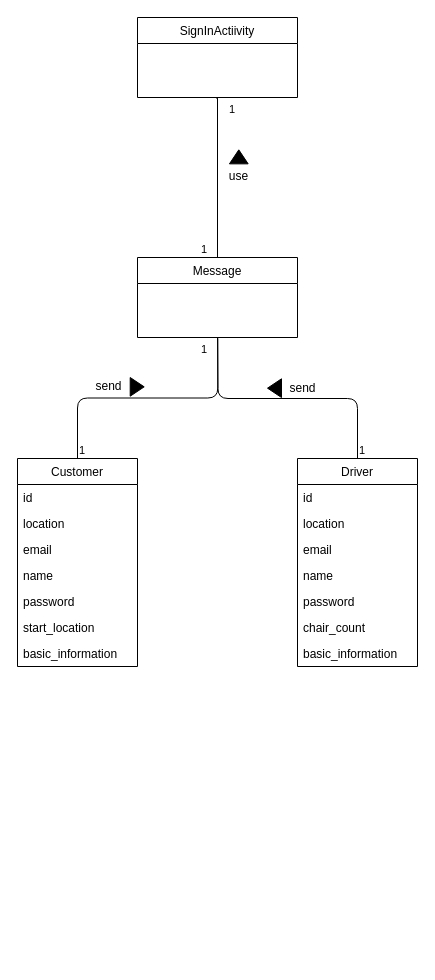
Above: page "聯絡作業" (2 of 4) of ans.drawio in 35596035/110-2HW6 (draw.io), before the change. Source tidied: cells renumbered, new cells numbered last; positions are measured from the earlier drawing's top-left corner, leaving out a move shared by most shapes. Both pictures are drawn from the tidied source at 100%, with x=0, y=0 at pixel (17, 17).
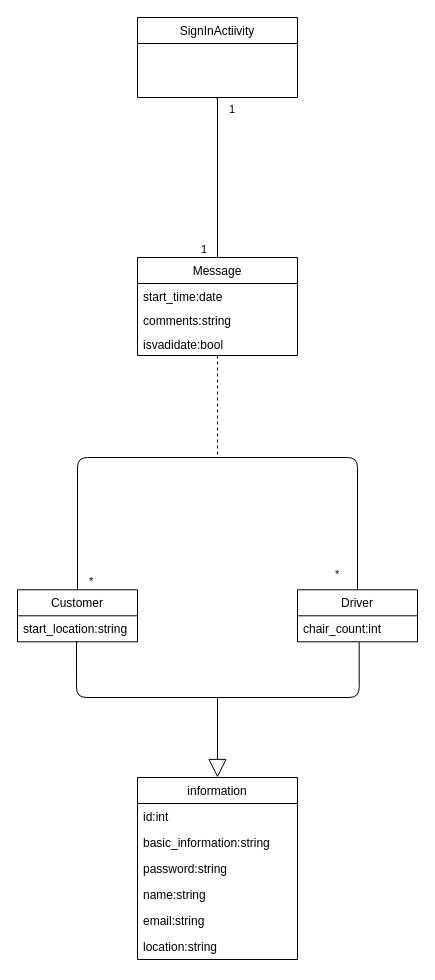
The same diagram, later.

Unchanged cells that the change refers to:
```xml
<mxCell id="19" value=" " style="text;strokeColor=none;fillColor=none;align=left;verticalAlign=top;spacingLeft=4;spacingRight=4;overflow=hidden;points=[[0,0.5],[1,0.5]];portConstraint=eastwest;" parent="18" vertex="1">
  <mxGeometry y="26" width="160" height="54" as="geometry" />
</mxCell>
```

What changed in the source:
```diff
@@
     <mxCell id="2" value="Customer" style="swimlane;fontStyle=0;horizontal=1;startSize=26;fillColor=none;" parent="1" vertex="1">
-      <mxGeometry y="441" width="120" height="208" as="geometry" />
+      <mxGeometry y="572.3" width="120" height="52" as="geometry" />
     </mxCell>
-    <mxCell id="3" value="id " style="text;strokeColor=none;fillColor=none;align=left;verticalAlign=top;spacingLeft=4;spacingRight=4;overflow=hidden;" parent="2" vertex="1">
-      <mxGeometry y="26" width="120" height="26" as="geometry" />
-    </mxCell>
-    <mxCell id="4" value="location" style="text;strokeColor=none;fillColor=none;align=left;verticalAlign=top;spacingLeft=4;spacingRight=4;overflow=hidden;" parent="2" vertex="1">
-      <mxGeometry y="52" width="120" height="26" as="geometry" />
-    </mxCell>
-    <mxCell id="5" value="email" style="text;strokeColor=none;fillColor=none;align=left;verticalAlign=top;spacingLeft=4;spacingRight=4;overflow=hidden;" parent="2" vertex="1">
-      <mxGeometry y="78" width="120" height="26" as="geometry" />
-    </mxCell>
-    <mxCell id="6" value="name" style="text;strokeColor=none;fillColor=none;align=left;verticalAlign=top;spacingLeft=4;spacingRight=4;overflow=hidden;" parent="2" vertex="1">
-      <mxGeometry y="104" width="120" height="26" as="geometry" />
-    </mxCell>
-    <mxCell id="7" value="password" style="text;strokeColor=none;fillColor=none;align=left;verticalAlign=top;spacingLeft=4;spacingRight=4;overflow=hidden;" parent="2" vertex="1">
-      <mxGeometry y="130" width="120" height="26" as="geometry" />
-    </mxCell>
-    <mxCell id="8" value="start_location" style="text;strokeColor=none;fillColor=none;align=left;verticalAlign=top;spacingLeft=4;spacingRight=4;overflow=hidden;points=[[0,0.5],[1,0.5]];portConstraint=eastwest;" parent="2" vertex="1">
-      <mxGeometry y="156" width="120" height="26" as="geometry" />
+    <mxCell id="8" value="start_location:string" style="text;strokeColor=none;fillColor=none;align=left;verticalAlign=top;spacingLeft=4;spacingRight=4;overflow=hidden;points=[[0,0.5],[1,0.5]];portConstraint=eastwest;" parent="2" vertex="1">
+      <mxGeometry y="26" width="120" height="26" as="geometry" />
     </mxCell>
-    <mxCell id="9" value="basic_information" style="text;strokeColor=none;fillColor=none;align=left;verticalAlign=top;spacingLeft=4;spacingRight=4;overflow=hidden;" parent="2" vertex="1">
-      <mxGeometry y="182" width="120" height="26" as="geometry" />
-    </mxCell>
     <mxCell id="10" value="Driver" style="swimlane;fontStyle=0;horizontal=1;startSize=26;fillColor=none;" parent="1" vertex="1">
-      <mxGeometry x="280" y="441" width="120" height="208" as="geometry" />
+      <mxGeometry x="280" y="572.3" width="120" height="52" as="geometry" />
     </mxCell>
-    <mxCell id="11" value="id " style="text;strokeColor=none;fillColor=none;align=left;verticalAlign=top;spacingLeft=4;spacingRight=4;overflow=hidden;" parent="10" vertex="1">
-      <mxGeometry y="26" width="120" height="26" as="geometry" />
-    </mxCell>
-    <mxCell id="12" value="location" style="text;strokeColor=none;fillColor=none;align=left;verticalAlign=top;spacingLeft=4;spacingRight=4;overflow=hidden;" parent="10" vertex="1">
-      <mxGeometry y="52" width="120" height="26" as="geometry" />
-    </mxCell>
-    <mxCell id="13" value="email" style="text;strokeColor=none;fillColor=none;align=left;verticalAlign=top;spacingLeft=4;spacingRight=4;overflow=hidden;" parent="10" vertex="1">
-      <mxGeometry y="78" width="120" height="26" as="geometry" />
-    </mxCell>
-    <mxCell id="14" value="name" style="text;strokeColor=none;fillColor=none;align=left;verticalAlign=top;spacingLeft=4;spacingRight=4;overflow=hidden;" parent="10" vertex="1">
-      <mxGeometry y="104" width="120" height="26" as="geometry" />
-    </mxCell>
-    <mxCell id="15" value="password" style="text;strokeColor=none;fillColor=none;align=left;verticalAlign=top;spacingLeft=4;spacingRight=4;overflow=hidden;" parent="10" vertex="1">
-      <mxGeometry y="130" width="120" height="26" as="geometry" />
-    </mxCell>
-    <mxCell id="16" value="chair_count" style="text;strokeColor=none;fillColor=none;align=left;verticalAlign=top;spacingLeft=4;spacingRight=4;overflow=hidden;points=[[0,0.5],[1,0.5]];portConstraint=eastwest;" parent="10" vertex="1">
-      <mxGeometry y="156" width="120" height="26" as="geometry" />
+    <mxCell id="16" value="chair_count:int" style="text;strokeColor=none;fillColor=none;align=left;verticalAlign=top;spacingLeft=4;spacingRight=4;overflow=hidden;points=[[0,0.5],[1,0.5]];portConstraint=eastwest;" parent="10" vertex="1">
+      <mxGeometry y="26" width="120" height="26" as="geometry" />
     </mxCell>
-    <mxCell id="17" value="basic_information" style="text;strokeColor=none;fillColor=none;align=left;verticalAlign=top;spacingLeft=4;spacingRight=4;overflow=hidden;" parent="10" vertex="1">
-      <mxGeometry y="182" width="120" height="26" as="geometry" />
-    </mxCell>
@@
+    <mxCell id="37" style="edgeStyle=orthogonalEdgeStyle;rounded=0;jettySize=auto;html=1;endArrow=none;endFill=0;dashed=1;" parent="1" edge="1" source="20">
+      <mxGeometry relative="1" as="geometry">
+        <mxPoint x="200" y="440" as="targetPoint" />
+      </mxGeometry>
+    </mxCell>
     <mxCell id="20" value="Message" style="swimlane;fontStyle=0;horizontal=1;startSize=26;fillColor=none;" parent="1" vertex="1">
-      <mxGeometry x="120" y="240" width="160" height="80" as="geometry" />
+      <mxGeometry x="120" y="240" width="160" height="98" as="geometry" />
     </mxCell>
-    <mxCell id="21" value=" " style="text;strokeColor=none;fillColor=none;align=left;verticalAlign=top;spacingLeft=4;spacingRight=4;overflow=hidden;points=[[0,0.5],[1,0.5]];portConstraint=eastwest;" parent="20" vertex="1">
-      <mxGeometry y="26" width="160" height="54" as="geometry" />
+    <mxCell id="21" value="start_time:date" style="text;strokeColor=none;fillColor=none;align=left;verticalAlign=top;spacingLeft=4;spacingRight=4;overflow=hidden;points=[[0,0.5],[1,0.5]];portConstraint=eastwest;" parent="20" vertex="1">
+      <mxGeometry y="26" width="160" height="24" as="geometry" />
     </mxCell>
+    <mxCell id="38" value="comments:string" style="text;strokeColor=none;fillColor=none;align=left;verticalAlign=top;spacingLeft=4;spacingRight=4;overflow=hidden;" parent="20" vertex="1">
+      <mxGeometry y="50" width="160" height="24" as="geometry" />
+    </mxCell>
+    <mxCell id="39" value="isvadidate:bool" style="text;strokeColor=none;fillColor=none;align=left;verticalAlign=top;spacingLeft=4;spacingRight=4;overflow=hidden;" parent="20" vertex="1">
+      <mxGeometry y="74" width="160" height="24" as="geometry" />
+    </mxCell>
-    <mxCell id="22" style="endArrow=none;html=1;edgeStyle=orthogonalEdgeStyle;rounded=0;exitX=0.492;exitY=1.012;exitDx=0;exitDy=0;exitPerimeter=0;entryX=0.5;entryY=0;entryDx=0;entryDy=0;" parent="1" edge="1" source="19">
+    <mxCell id="22" style="endArrow=none;html=1;edgeStyle=orthogonalEdgeStyle;rounded=0;exitX=0.492;exitY=1.012;exitDx=0;exitDy=0;exitPerimeter=0;entryX=0.5;entryY=0;entryDx=0;entryDy=0;" parent="1" edge="1" source="19" target="20">
       <mxGeometry relative="1" as="geometry">
-        <mxPoint x="200" y="240" as="targetPoint" />
         <Array as="points">
           <mxPoint x="200" y="81" />
         </Array>
       </mxGeometry>
     </mxCell>
@@
-    <mxCell id="25" style="endArrow=none;html=1;edgeStyle=orthogonalEdgeStyle;rounded=1;entryX=0.502;entryY=1.014;entryDx=0;entryDy=0;entryPerimeter=0;exitX=0.5;exitY=0;exitDx=0;exitDy=0;" parent="1" edge="1" source="2" target="21">
-      <mxGeometry relative="1" as="geometry" />
+    <mxCell id="25" style="endArrow=none;html=1;edgeStyle=orthogonalEdgeStyle;rounded=1;exitX=0.5;exitY=0;exitDx=0;exitDy=0;entryX=0.5;entryY=0;entryDx=0;entryDy=0;" parent="1" edge="1" source="2" target="10">
+      <mxGeometry relative="1" as="geometry">
+        <Array as="points">
+          <mxPoint x="60" y="440" />
+          <mxPoint x="340" y="440" />
+        </Array>
+      </mxGeometry>
     </mxCell>
-    <mxCell id="26" value="1" style="edgeLabel;html=1;align=left;verticalAlign=bottom;" parent="25" vertex="1">
-      <mxGeometry x="-1" relative="1" as="geometry" />
+    <mxCell id="26" value="*" style="edgeLabel;html=1;align=left;verticalAlign=bottom;" parent="25" vertex="1">
+      <mxGeometry x="-1" relative="1" as="geometry">
+        <mxPoint x="10" as="offset" />
+      </mxGeometry>
     </mxCell>
-    <mxCell id="27" value="1" style="edgeLabel;html=1;align=right;verticalAlign=bottom;" parent="25" vertex="1">
-      <mxGeometry x="1" relative="1" as="geometry">
-        <mxPoint x="-10" y="20" as="offset" />
-      </mxGeometry>
-    </mxCell>
-    <mxCell id="28" style="endArrow=none;html=1;edgeStyle=orthogonalEdgeStyle;rounded=1;exitX=0.5;exitY=0;exitDx=0;exitDy=0;" parent="1" edge="1" source="10">
-      <mxGeometry relative="1" as="geometry">
-        <mxPoint x="200" y="320" as="targetPoint" />
-      </mxGeometry>
-    </mxCell>
-    <mxCell id="29" value="1" style="edgeLabel;html=1;align=left;verticalAlign=bottom;" parent="28" vertex="1">
-      <mxGeometry x="-1" relative="1" as="geometry" />
-    </mxCell>
-    <mxCell id="30" style="triangle;whiteSpace=wrap;html=1;rotation=-90;fillColor=#000000;" parent="1" vertex="1">
-      <mxGeometry x="214.3" y="130" width="14" height="18.7" as="geometry" />
-    </mxCell>
@@
-    <mxCell id="32" value="use" style="text;html=1;strokeColor=none;fillColor=none;align=center;verticalAlign=middle;whiteSpace=wrap;rounded=0;" parent="1" vertex="1">
-      <mxGeometry x="200" y="148.7" width="42.7" height="21.3" as="geometry" />
-    </mxCell>
-    <mxCell id="33" style="triangle;whiteSpace=wrap;html=1;rotation=0;fillColor=#000000;" parent="1" vertex="1">
-      <mxGeometry x="112.7" y="360" width="14" height="18.7" as="geometry" />
-    </mxCell>
-    <mxCell id="34" value="send" style="text;html=1;strokeColor=none;fillColor=none;align=center;verticalAlign=middle;whiteSpace=wrap;rounded=0;" parent="1" vertex="1">
-      <mxGeometry x="70" y="358.7" width="42.7" height="21.3" as="geometry" />
-    </mxCell>
-    <mxCell id="35" style="triangle;whiteSpace=wrap;html=1;rotation=-180;fillColor=#000000;" parent="1" vertex="1">
-      <mxGeometry x="250" y="361.3" width="14" height="18.7" as="geometry" />
-    </mxCell>
-    <mxCell id="36" value="send" style="text;html=1;strokeColor=none;fillColor=none;align=center;verticalAlign=middle;whiteSpace=wrap;rounded=0;" parent="1" vertex="1">
-      <mxGeometry x="264" y="360" width="42.7" height="21.3" as="geometry" />
-    </mxCell>
+    <mxCell id="40" value="*" style="edgeLabel;html=1;align=left;verticalAlign=bottom;" parent="1" vertex="1">
+      <mxGeometry x="60" y="580" as="geometry">
+        <mxPoint x="256" y="-15" as="offset" />
+      </mxGeometry>
+    </mxCell>
+    <mxCell id="41" value="information" style="swimlane;fontStyle=0;horizontal=1;startSize=26;fillColor=none;" parent="1" vertex="1">
+      <mxGeometry x="120" y="760" width="160" height="182" as="geometry" />
+    </mxCell>
+    <mxCell id="42" value="id:int" style="text;strokeColor=none;fillColor=none;align=left;verticalAlign=top;spacingLeft=4;spacingRight=4;overflow=hidden;" parent="41" vertex="1">
+      <mxGeometry y="26" width="160" height="26" as="geometry" />
+    </mxCell>
+    <mxCell id="43" value="basic_information:string" style="text;strokeColor=none;fillColor=none;align=left;verticalAlign=top;spacingLeft=4;spacingRight=4;overflow=hidden;" parent="41" vertex="1">
+      <mxGeometry y="52" width="160" height="26" as="geometry" />
+    </mxCell>
+    <mxCell id="44" value="password:string" style="text;strokeColor=none;fillColor=none;align=left;verticalAlign=top;spacingLeft=4;spacingRight=4;overflow=hidden;" parent="41" vertex="1">
+      <mxGeometry y="78" width="160" height="26" as="geometry" />
+    </mxCell>
+    <mxCell id="45" value="name:string" style="text;strokeColor=none;fillColor=none;align=left;verticalAlign=top;spacingLeft=4;spacingRight=4;overflow=hidden;" parent="41" vertex="1">
+      <mxGeometry y="104" width="160" height="26" as="geometry" />
+    </mxCell>
+    <mxCell id="46" value="email:string" style="text;strokeColor=none;fillColor=none;align=left;verticalAlign=top;spacingLeft=4;spacingRight=4;overflow=hidden;" parent="41" vertex="1">
+      <mxGeometry y="130" width="160" height="26" as="geometry" />
+    </mxCell>
+    <mxCell id="47" value="location:string" style="text;strokeColor=none;fillColor=none;align=left;verticalAlign=top;spacingLeft=4;spacingRight=4;overflow=hidden;" parent="41" vertex="1">
+      <mxGeometry y="156" width="160" height="26" as="geometry" />
+    </mxCell>
+    <mxCell id="48" style="endArrow=none;html=1;edgeStyle=orthogonalEdgeStyle;rounded=1;exitX=0.492;exitY=0.973;exitDx=0;exitDy=0;exitPerimeter=0;entryX=0.514;entryY=1.008;entryDx=0;entryDy=0;entryPerimeter=0;" parent="1" edge="1" source="8" target="16">
+      <mxGeometry relative="1" as="geometry">
+        <Array as="points">
+          <mxPoint x="59" y="680" />
+          <mxPoint x="342" y="680" />
+        </Array>
+      </mxGeometry>
+    </mxCell>
+    <mxCell id="49" style="endArrow=block;endSize=16;endFill=0;html=1;rounded=1;entryX=0.5;entryY=0;entryDx=0;entryDy=0;" parent="1" edge="1" target="41">
+      <mxGeometry y="30" relative="1" as="geometry">
+        <mxPoint x="200" y="680" as="sourcePoint" />
+      </mxGeometry>
+    </mxCell>
```
